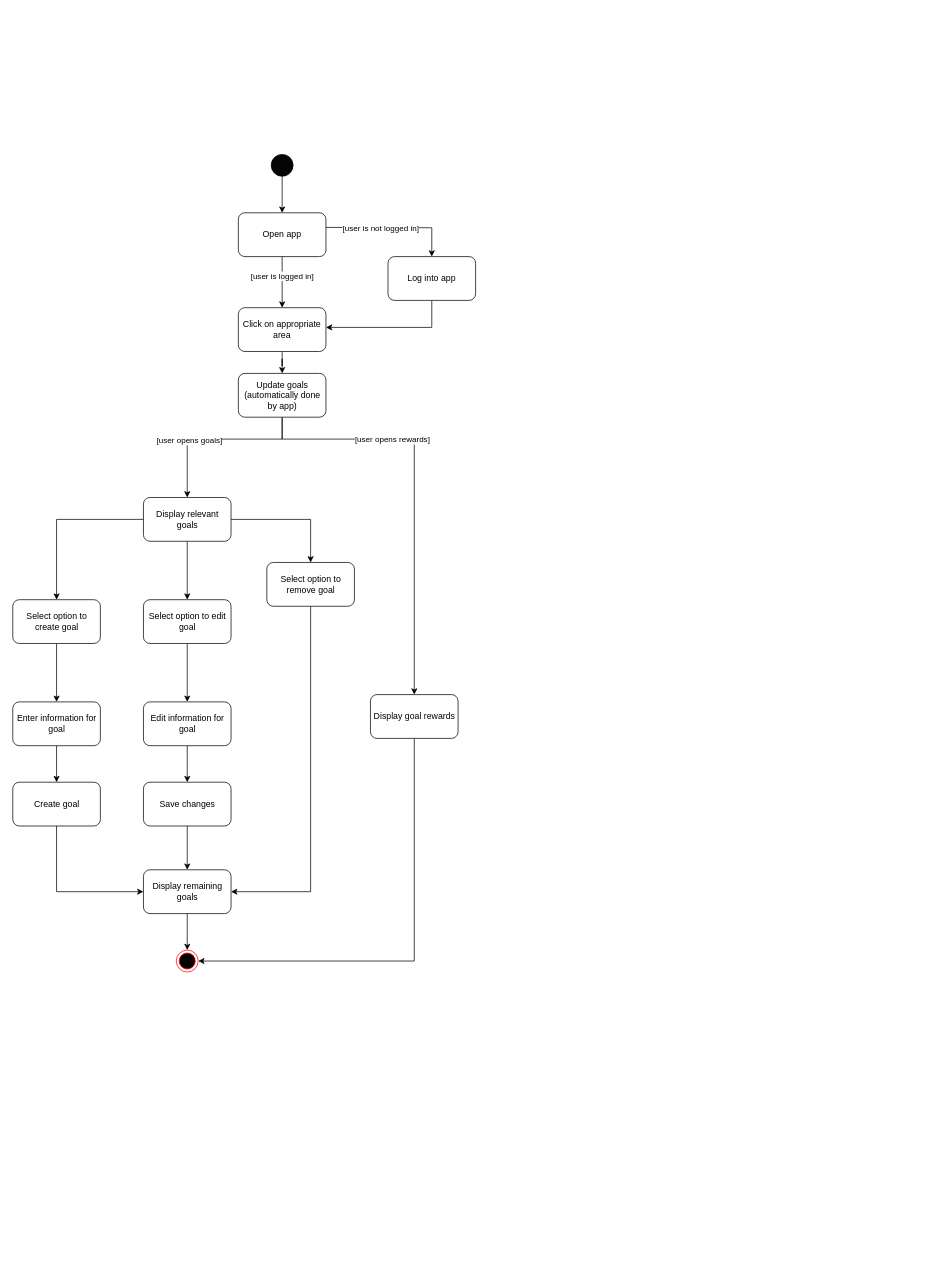
Above: ActivityDiagram_ViewSetGoals.drawio in ahammond3aws/DC2SEN (draw.io), before the change. Source tidied: cells renumbered, new cells numbered last; positions are measured from the earlier drawing's top-left corner, leaving out a move shared by most shapes. Both pictures are drawn from the tidied source at 73%, with x=0, y=0 at pixel (12, 154).
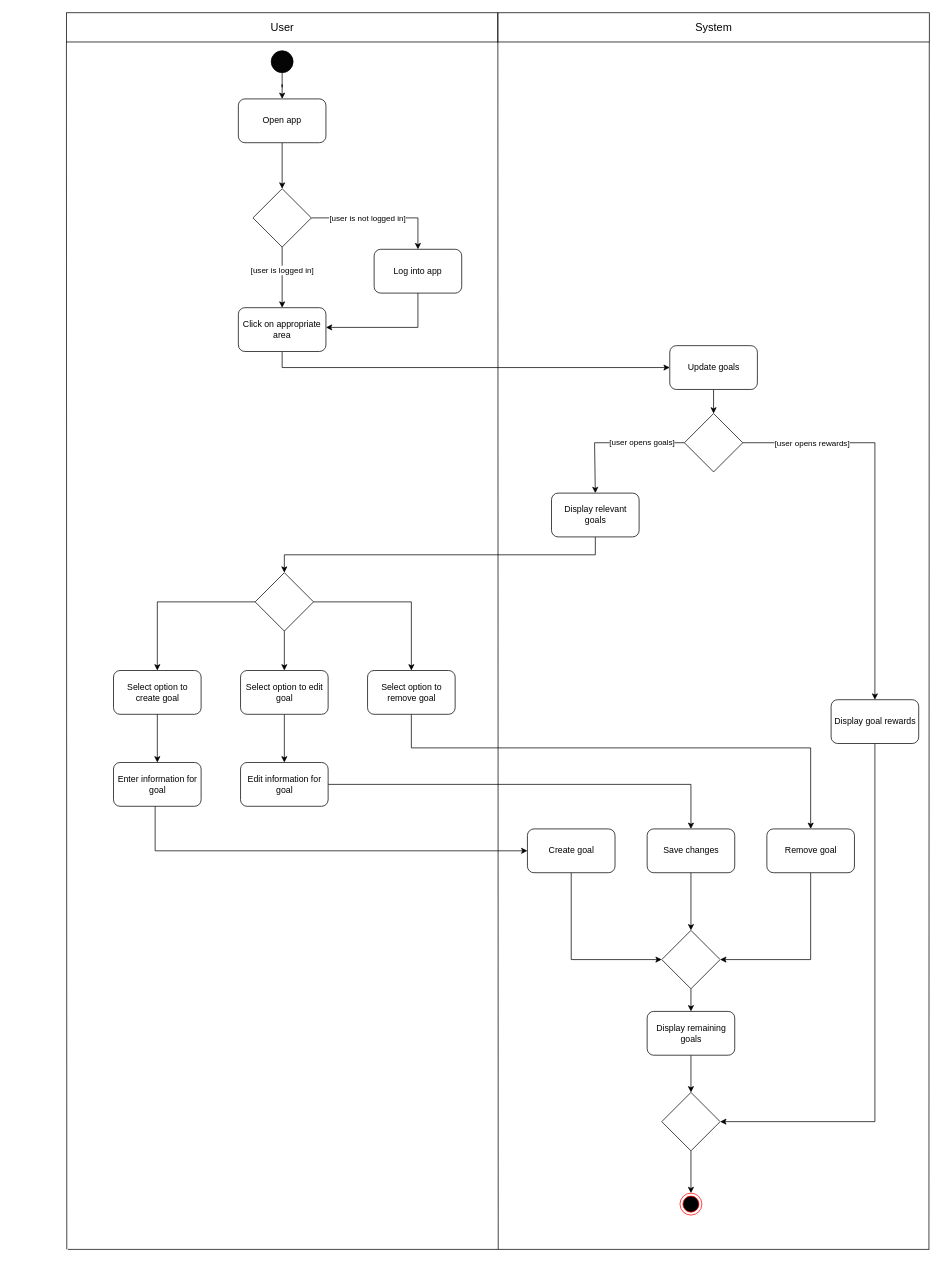
After the change.

Unchanged cells that the change refers to:
```xml
<mxCell id="12" value="Click on appropriate area" style="rounded=1;whiteSpace=wrap;html=1;fillColor=#FFFFFF;" parent="1" vertex="1">
  <mxGeometry x="309" y="210" width="120" height="60" as="geometry" />
</mxCell>
```

The edit, as a diff of the source:
```diff
@@
     <mxCell id="3" style="ellipse;whiteSpace=wrap;html=1;direction=east;fillColor=#050505;" parent="1" vertex="1">
-      <mxGeometry x="354" width="30" height="30" as="geometry" />
+      <mxGeometry x="354" y="-142" width="30" height="30" as="geometry" />
     </mxCell>
-    <mxCell id="4" style="edgeStyle=orthogonalEdgeStyle;rounded=0;jettySize=auto;html=1;" parent="1" edge="1" source="6" target="12">
+    <mxCell id="4" style="edgeStyle=orthogonalEdgeStyle;rounded=0;jettySize=auto;html=1;exitX=0.5;exitY=1;exitDx=0;exitDy=0;" parent="1" edge="1" source="49" target="12">
       <mxGeometry relative="1" as="geometry" />
     </mxCell>
@@
+    <mxCell id="41" style="edgeStyle=orthogonalEdgeStyle;rounded=0;jettySize=auto;html=1;exitX=0.5;exitY=1;exitDx=0;exitDy=0;entryX=0.5;entryY=0;entryDx=0;entryDy=0;" parent="1" edge="1" source="6" target="49">
+      <mxGeometry relative="1" as="geometry" />
+    </mxCell>
     <mxCell id="6" value="Open app" style="rounded=1;whiteSpace=wrap;html=1;fillColor=#FFFFFF;" parent="1" vertex="1">
-      <mxGeometry x="309" y="80" width="120" height="60" as="geometry" />
+      <mxGeometry x="309" y="-76" width="120" height="60" as="geometry" />
     </mxCell>
-    <mxCell id="7" style="edgeStyle=orthogonalEdgeStyle;rounded=0;jettySize=auto;html=1;entryX=0.5;entryY=0;entryDx=0;entryDy=0;exitX=0.5;exitY=1;exitDx=0;exitDy=0;" parent="1" edge="1" source="39" target="16">
+    <mxCell id="7" style="edgeStyle=orthogonalEdgeStyle;rounded=0;jettySize=auto;html=1;entryX=0.5;entryY=0;entryDx=0;entryDy=0;exitX=0;exitY=0.5;exitDx=0;exitDy=0;" parent="1" edge="1" source="50" target="16">
       <mxGeometry relative="1" as="geometry">
         <Array as="points">
-          <mxPoint x="369" y="390" />
-          <mxPoint x="239" y="390" />
+          <mxPoint x="797" y="395" />
         </Array>
       </mxGeometry>
     </mxCell>
     <mxCell id="8" value="[user opens goals]" style="edgeLabel;html=1;align=center;verticalAlign=middle;" parent="7" vertex="1">
-      <mxGeometry x="0.32" y="1" relative="1" as="geometry" />
+      <mxGeometry x="0.32" y="1" relative="1" as="geometry">
+        <mxPoint x="63" y="-4" as="offset" />
+      </mxGeometry>
     </mxCell>
-    <mxCell id="9" style="edgeStyle=orthogonalEdgeStyle;rounded=0;jettySize=auto;html=1;exitX=0.5;exitY=1;exitDx=0;exitDy=0;entryX=0.5;entryY=0;entryDx=0;entryDy=0;" parent="1" edge="1" source="39" target="38">
+    <mxCell id="9" style="edgeStyle=orthogonalEdgeStyle;rounded=0;jettySize=auto;html=1;entryX=0.5;entryY=0;entryDx=0;entryDy=0;exitX=1;exitY=0.5;exitDx=0;exitDy=0;" parent="1" edge="1" source="50" target="38">
       <mxGeometry relative="1" as="geometry">
         <Array as="points">
-          <mxPoint x="369" y="390" />
-          <mxPoint x="550" y="390" />
-          <mxPoint x="550" y="740" />
+          <mxPoint x="1181" y="395" />
         </Array>
       </mxGeometry>
     </mxCell>
     <mxCell id="10" value="[user opens rewards]" style="edgeLabel;html=1;align=center;verticalAlign=middle;" parent="9" vertex="1">
       <mxGeometry x="-0.43" relative="1" as="geometry">
-        <mxPoint x="20" as="offset" />
+        <mxPoint x="-58" as="offset" />
       </mxGeometry>
     </mxCell>
-    <mxCell id="11" style="edgeStyle=orthogonalEdgeStyle;rounded=0;jettySize=auto;html=1;entryX=0.5;entryY=0;entryDx=0;entryDy=0;" parent="1" edge="1" source="12" target="39">
+    <mxCell id="11" style="edgeStyle=orthogonalEdgeStyle;rounded=0;jettySize=auto;html=1;entryX=0;entryY=0.5;entryDx=0;entryDy=0;exitX=0.5;exitY=1;exitDx=0;exitDy=0;" parent="1" edge="1" source="12" target="39">
       <mxGeometry relative="1" as="geometry" />
     </mxCell>
@@
-    <mxCell id="13" style="edgeStyle=orthogonalEdgeStyle;rounded=0;jettySize=auto;html=1;" parent="1" edge="1" source="16" target="18">
+    <mxCell id="13" style="edgeStyle=orthogonalEdgeStyle;rounded=0;jettySize=auto;html=1;exitX=0.5;exitY=1;exitDx=0;exitDy=0;" parent="1" edge="1" source="55" target="18">
       <mxGeometry relative="1" as="geometry" />
     </mxCell>
-    <mxCell id="14" style="edgeStyle=orthogonalEdgeStyle;rounded=0;jettySize=auto;html=1;entryX=0.5;entryY=0;entryDx=0;entryDy=0;" parent="1" edge="1" source="16" target="22">
+    <mxCell id="14" style="edgeStyle=orthogonalEdgeStyle;rounded=0;jettySize=auto;html=1;entryX=0.5;entryY=0;entryDx=0;entryDy=0;exitX=1;exitY=0.5;exitDx=0;exitDy=0;" parent="1" edge="1" source="55" target="22">
       <mxGeometry relative="1" as="geometry" />
     </mxCell>
-    <mxCell id="15" style="edgeStyle=orthogonalEdgeStyle;rounded=0;jettySize=auto;html=1;entryX=0.5;entryY=0;entryDx=0;entryDy=0;" parent="1" edge="1" source="16" target="20">
+    <mxCell id="15" style="edgeStyle=orthogonalEdgeStyle;rounded=0;jettySize=auto;html=1;entryX=0.5;entryY=0;entryDx=0;entryDy=0;exitX=0;exitY=0.5;exitDx=0;exitDy=0;" parent="1" edge="1" source="55" target="20">
       <mxGeometry relative="1" as="geometry" />
     </mxCell>
+    <mxCell id="42" style="edgeStyle=orthogonalEdgeStyle;rounded=0;jettySize=auto;html=1;exitX=0.5;exitY=1;exitDx=0;exitDy=0;entryX=0.5;entryY=0;entryDx=0;entryDy=0;" parent="1" edge="1" source="16" target="55">
+      <mxGeometry relative="1" as="geometry" />
+    </mxCell>
     <mxCell id="16" value="Display relevant goals" style="rounded=1;whiteSpace=wrap;html=1;fillColor=#FFFFFF;spacingLeft=1;" parent="1" vertex="1">
-      <mxGeometry x="179" y="470" width="120" height="60" as="geometry" />
+      <mxGeometry x="738" y="464" width="120" height="60" as="geometry" />
     </mxCell>
-    <mxCell id="17" style="edgeStyle=orthogonalEdgeStyle;rounded=0;jettySize=auto;html=1;" parent="1" edge="1" source="18" target="26">
+    <mxCell id="17" style="edgeStyle=orthogonalEdgeStyle;rounded=0;jettySize=auto;html=1;exitX=0.5;exitY=1;exitDx=0;exitDy=0;entryX=0.5;entryY=0;entryDx=0;entryDy=0;" parent="1" edge="1" source="18" target="26">
       <mxGeometry relative="1" as="geometry" />
     </mxCell>
     <mxCell id="18" value="Select option to edit goal" style="rounded=1;whiteSpace=wrap;html=1;fillColor=#FFFFFF;spacingLeft=1;" parent="1" vertex="1">
-      <mxGeometry x="179" y="610" width="120" height="60" as="geometry" />
+      <mxGeometry x="312" y="707" width="120" height="60" as="geometry" />
     </mxCell>
@@
     <mxCell id="20" value="Select option to create goal" style="rounded=1;whiteSpace=wrap;html=1;fillColor=#FFFFFF;spacingLeft=1;" parent="1" vertex="1">
-      <mxGeometry y="610" width="120" height="60" as="geometry" />
+      <mxGeometry x="138" y="707" width="120" height="60" as="geometry" />
     </mxCell>
-    <mxCell id="21" style="edgeStyle=orthogonalEdgeStyle;rounded=0;jettySize=auto;html=1;entryX=1;entryY=0.5;entryDx=0;entryDy=0;" parent="1" edge="1" source="22" target="32">
-      <mxGeometry relative="1" as="geometry">
-        <Array as="points">
-          <mxPoint x="408" y="1010" />
-        </Array>
-      </mxGeometry>
-    </mxCell>
+    <mxCell id="43" style="edgeStyle=orthogonalEdgeStyle;rounded=0;jettySize=auto;html=1;exitX=0.5;exitY=1;exitDx=0;exitDy=0;entryX=0.5;entryY=0;entryDx=0;entryDy=0;" parent="1" edge="1" source="22" target="54">
+      <mxGeometry relative="1" as="geometry">
+        <Array as="points">
+          <mxPoint x="546" y="813" />
+          <mxPoint x="1093" y="813" />
+        </Array>
+      </mxGeometry>
+    </mxCell>
     <mxCell id="22" value="Select option to remove goal" style="rounded=1;whiteSpace=wrap;html=1;fillColor=#FFFFFF;spacingLeft=1;" parent="1" vertex="1">
-      <mxGeometry x="348" y="559" width="120" height="60" as="geometry" />
+      <mxGeometry x="486" y="707" width="120" height="60" as="geometry" />
     </mxCell>
-    <mxCell id="23" style="edgeStyle=orthogonalEdgeStyle;rounded=0;jettySize=auto;html=1;" parent="1" edge="1" source="24" target="30">
-      <mxGeometry relative="1" as="geometry" />
+    <mxCell id="23" style="edgeStyle=orthogonalEdgeStyle;rounded=0;jettySize=auto;html=1;entryX=0;entryY=0.5;entryDx=0;entryDy=0;" parent="1" edge="1" source="24" target="30">
+      <mxGeometry relative="1" as="geometry">
+        <Array as="points">
+          <mxPoint x="195" y="954" />
+        </Array>
+      </mxGeometry>
     </mxCell>
     <mxCell id="24" value="Enter information for goal" style="rounded=1;whiteSpace=wrap;html=1;fillColor=#FFFFFF;spacingLeft=1;" parent="1" vertex="1">
-      <mxGeometry y="750" width="120" height="60" as="geometry" />
+      <mxGeometry x="138" y="833" width="120" height="60" as="geometry" />
     </mxCell>
@@
     <mxCell id="26" value="Edit information for goal" style="rounded=1;whiteSpace=wrap;html=1;fillColor=#FFFFFF;spacingLeft=1;" parent="1" vertex="1">
-      <mxGeometry x="179" y="750" width="120" height="60" as="geometry" />
+      <mxGeometry x="312" y="833" width="120" height="60" as="geometry" />
     </mxCell>
-    <mxCell id="27" style="edgeStyle=orthogonalEdgeStyle;rounded=0;jettySize=auto;html=1;entryX=0.5;entryY=0;entryDx=0;entryDy=0;" parent="1" edge="1" source="28" target="32">
-      <mxGeometry relative="1" as="geometry" />
-    </mxCell>
+    <mxCell id="44" style="edgeStyle=orthogonalEdgeStyle;rounded=0;jettySize=auto;html=1;exitX=0.5;exitY=1;exitDx=0;exitDy=0;entryX=0.5;entryY=0;entryDx=0;entryDy=0;" parent="1" edge="1" source="28" target="57">
+      <mxGeometry relative="1" as="geometry" />
+    </mxCell>
     <mxCell id="28" value="Save changes" style="rounded=1;whiteSpace=wrap;html=1;fillColor=#FFFFFF;spacingLeft=1;" parent="1" vertex="1">
-      <mxGeometry x="179" y="860" width="120" height="60" as="geometry" />
+      <mxGeometry x="869" y="924" width="120" height="60" as="geometry" />
     </mxCell>
-    <mxCell id="29" style="edgeStyle=orthogonalEdgeStyle;rounded=0;jettySize=auto;html=1;entryX=0;entryY=0.5;entryDx=0;entryDy=0;" parent="1" edge="1" source="30" target="32">
-      <mxGeometry relative="1" as="geometry">
-        <Array as="points">
-          <mxPoint x="60" y="1010" />
-        </Array>
-      </mxGeometry>
-    </mxCell>
+    <mxCell id="45" style="edgeStyle=orthogonalEdgeStyle;rounded=0;jettySize=auto;html=1;exitX=0.5;exitY=1;exitDx=0;exitDy=0;entryX=0;entryY=0.5;entryDx=0;entryDy=0;" parent="1" edge="1" source="30" target="57">
+      <mxGeometry relative="1" as="geometry" />
+    </mxCell>
     <mxCell id="30" value="Create goal" style="rounded=1;whiteSpace=wrap;html=1;fillColor=#FFFFFF;spacingLeft=1;" parent="1" vertex="1">
-      <mxGeometry y="860" width="120" height="60" as="geometry" />
+      <mxGeometry x="705" y="924" width="120" height="60" as="geometry" />
     </mxCell>
-    <mxCell id="31" style="edgeStyle=orthogonalEdgeStyle;rounded=0;jettySize=auto;html=1;entryX=0.5;entryY=0;entryDx=0;entryDy=0;" parent="1" edge="1" source="32">
-      <mxGeometry relative="1" as="geometry">
-        <mxPoint x="239" y="1090" as="targetPoint" />
-      </mxGeometry>
-    </mxCell>
+    <mxCell id="46" style="edgeStyle=orthogonalEdgeStyle;rounded=0;jettySize=auto;html=1;exitX=0.5;exitY=1;exitDx=0;exitDy=0;entryX=0.5;entryY=0;entryDx=0;entryDy=0;" parent="1" edge="1" source="32" target="52">
+      <mxGeometry relative="1" as="geometry" />
+    </mxCell>
     <mxCell id="32" value="Display remaining goals" style="rounded=1;whiteSpace=wrap;html=1;fillColor=#FFFFFF;spacingLeft=1;" parent="1" vertex="1">
-      <mxGeometry x="179" y="980" width="120" height="60" as="geometry" />
+      <mxGeometry x="869" y="1174" width="120" height="60" as="geometry" />
     </mxCell>
-    <mxCell id="33" style="edgeStyle=orthogonalEdgeStyle;rounded=0;jettySize=auto;html=1;entryX=0.5;entryY=0;entryDx=0;entryDy=0;" parent="1" edge="1" target="36">
-      <mxGeometry relative="1" as="geometry">
-        <mxPoint x="429" y="100" as="sourcePoint" />
-      </mxGeometry>
+    <mxCell id="33" style="edgeStyle=orthogonalEdgeStyle;rounded=0;jettySize=auto;html=1;entryX=0.5;entryY=0;entryDx=0;entryDy=0;exitX=1;exitY=0.5;exitDx=0;exitDy=0;" parent="1" edge="1" source="49" target="36">
+      <mxGeometry relative="1" as="geometry" />
     </mxCell>
@@
-    <mxCell id="35" style="edgeStyle=orthogonalEdgeStyle;rounded=0;jettySize=auto;html=1;entryX=1;entryY=0.617;entryDx=0;entryDy=0;entryPerimeter=0;" parent="1" edge="1" source="36">
+    <mxCell id="35" style="edgeStyle=orthogonalEdgeStyle;rounded=0;jettySize=auto;html=1;entryX=1;entryY=0.617;entryDx=0;entryDy=0;entryPerimeter=0;exitX=0.5;exitY=1;exitDx=0;exitDy=0;" parent="1" edge="1" source="36">
       <mxGeometry relative="1" as="geometry">
         <mxPoint x="429" y="237" as="targetPoint" />
         <Array as="points">
-          <mxPoint x="574" y="237" />
+          <mxPoint x="555" y="237" />
         </Array>
       </mxGeometry>
     </mxCell>
     <mxCell id="36" value="Log into app" style="rounded=1;whiteSpace=wrap;html=1;fillColor=#FFFFFF;" parent="1" vertex="1">
-      <mxGeometry x="514" y="140" width="120" height="60" as="geometry" />
+      <mxGeometry x="495" y="130" width="120" height="60" as="geometry" />
     </mxCell>
-    <mxCell id="37" style="edgeStyle=orthogonalEdgeStyle;rounded=0;jettySize=auto;html=1;entryX=1;entryY=0.5;entryDx=0;entryDy=0;" parent="1" edge="1" source="38">
-      <mxGeometry relative="1" as="geometry">
-        <mxPoint x="254" y="1105" as="targetPoint" />
-        <Array as="points">
-          <mxPoint x="550" y="1105" />
-        </Array>
-      </mxGeometry>
-    </mxCell>
+    <mxCell id="47" style="edgeStyle=orthogonalEdgeStyle;rounded=0;jettySize=auto;html=1;exitX=0.5;exitY=1;exitDx=0;exitDy=0;entryX=1;entryY=0.5;entryDx=0;entryDy=0;" parent="1" edge="1" source="38" target="52">
+      <mxGeometry relative="1" as="geometry" />
+    </mxCell>
     <mxCell id="38" value="Display goal rewards" style="rounded=1;whiteSpace=wrap;html=1;fillColor=#FFFFFF;spacingLeft=1;" parent="1" vertex="1">
-      <mxGeometry x="490" y="740" width="120" height="60" as="geometry" />
+      <mxGeometry x="1121" y="747" width="120" height="60" as="geometry" />
     </mxCell>
+    <mxCell id="48" style="edgeStyle=orthogonalEdgeStyle;rounded=0;jettySize=auto;html=1;exitX=0.5;exitY=1;exitDx=0;exitDy=0;entryX=0.5;entryY=0;entryDx=0;entryDy=0;" parent="1" edge="1" source="39" target="50">
+      <mxGeometry relative="1" as="geometry" />
+    </mxCell>
-    <mxCell id="39" value="Update goals (automatically done by app)" style="rounded=1;whiteSpace=wrap;html=1;fillColor=#FFFFFF;spacingLeft=1;" parent="1" vertex="1">
-      <mxGeometry x="309" y="300" width="120" height="60" as="geometry" />
+    <mxCell id="39" value="Update goals" style="rounded=1;whiteSpace=wrap;html=1;fillColor=#FFFFFF;spacingLeft=1;" parent="1" vertex="1">
+      <mxGeometry x="900" y="262" width="120" height="60" as="geometry" />
     </mxCell>
     <mxCell id="40" style="ellipse;html=1;shape=endState;fillColor=#000000;strokeColor=#ff0000;" parent="1" vertex="1">
-      <mxGeometry x="224" y="1090" width="30" height="30" as="geometry" />
+      <mxGeometry x="914" y="1423" width="30" height="30" as="geometry" />
     </mxCell>
+    <mxCell id="49" style="rhombus;whiteSpace=wrap;html=1;" parent="1" vertex="1">
+      <mxGeometry x="329" y="47" width="80" height="80" as="geometry" />
+    </mxCell>
+    <mxCell id="50" style="rhombus;whiteSpace=wrap;html=1;" parent="1" vertex="1">
+      <mxGeometry x="920" y="355" width="80" height="80" as="geometry" />
+    </mxCell>
+    <mxCell id="51" style="edgeStyle=orthogonalEdgeStyle;rounded=0;jettySize=auto;html=1;exitX=0.5;exitY=1;exitDx=0;exitDy=0;entryX=0.5;entryY=0;entryDx=0;entryDy=0;" parent="1" edge="1" source="52" target="40">
+      <mxGeometry relative="1" as="geometry" />
+    </mxCell>
+    <mxCell id="52" style="rhombus;whiteSpace=wrap;html=1;" parent="1" vertex="1">
+      <mxGeometry x="889" y="1285" width="80" height="80" as="geometry" />
+    </mxCell>
+    <mxCell id="53" style="edgeStyle=orthogonalEdgeStyle;rounded=0;jettySize=auto;html=1;exitX=0.5;exitY=1;exitDx=0;exitDy=0;entryX=1;entryY=0.5;entryDx=0;entryDy=0;" parent="1" edge="1" source="54" target="57">
+      <mxGeometry relative="1" as="geometry" />
+    </mxCell>
+    <mxCell id="54" value="Remove goal" style="rounded=1;whiteSpace=wrap;html=1;fillColor=#FFFFFF;spacingLeft=1;" parent="1" vertex="1">
+      <mxGeometry x="1033" y="924" width="120" height="60" as="geometry" />
+    </mxCell>
+    <mxCell id="55" style="rhombus;whiteSpace=wrap;html=1;" parent="1" vertex="1">
+      <mxGeometry x="332" y="573" width="80" height="80" as="geometry" />
+    </mxCell>
+    <mxCell id="56" style="edgeStyle=orthogonalEdgeStyle;rounded=0;jettySize=auto;html=1;exitX=0.5;exitY=1;exitDx=0;exitDy=0;entryX=0.5;entryY=0;entryDx=0;entryDy=0;" parent="1" edge="1" source="57" target="32">
+      <mxGeometry relative="1" as="geometry" />
+    </mxCell>
+    <mxCell id="57" style="rhombus;whiteSpace=wrap;html=1;" parent="1" vertex="1">
+      <mxGeometry x="889" y="1063" width="80" height="80" as="geometry" />
+    </mxCell>
+    <mxCell id="58" style="endArrow=none;html=1;rounded=0;" parent="1" edge="1">
+      <mxGeometry relative="1" as="geometry">
+        <mxPoint x="74" y="1500" as="sourcePoint" />
+        <mxPoint x="73.5" y="-154" as="targetPoint" />
+      </mxGeometry>
+    </mxCell>
+    <mxCell id="59" style="endArrow=none;html=1;rounded=0;" parent="1" edge="1">
+      <mxGeometry relative="1" as="geometry">
+        <mxPoint x="665" y="1500" as="sourcePoint" />
+        <mxPoint x="664.5" y="-154" as="targetPoint" />
+      </mxGeometry>
+    </mxCell>
+    <mxCell id="60" style="endArrow=none;html=1;rounded=0;" parent="1" edge="1">
+      <mxGeometry relative="1" as="geometry">
+        <mxPoint x="1255" y="1500" as="sourcePoint" />
+        <mxPoint x="1255.5" y="-154" as="targetPoint" />
+      </mxGeometry>
+    </mxCell>
+    <mxCell id="61" value="User" style="text;html=1;strokeColor=default;fillColor=none;align=center;verticalAlign=middle;whiteSpace=wrap;rounded=0;fontSize=15;" parent="1" vertex="1">
+      <mxGeometry x="73.5" y="-194" width="591" height="40" as="geometry" />
+    </mxCell>
+    <mxCell id="62" value="System" style="text;html=1;strokeColor=default;fillColor=none;align=center;verticalAlign=middle;whiteSpace=wrap;rounded=0;fontSize=15;" parent="1" vertex="1">
+      <mxGeometry x="664.5" y="-194" width="591" height="40" as="geometry" />
+    </mxCell>
+    <mxCell id="63" style="endArrow=none;html=1;rounded=0;" parent="1" edge="1">
+      <mxGeometry relative="1" as="geometry">
+        <mxPoint x="75.5" y="1500" as="sourcePoint" />
+        <mxPoint x="1255.5" y="1500" as="targetPoint" />
+      </mxGeometry>
+    </mxCell>
```
